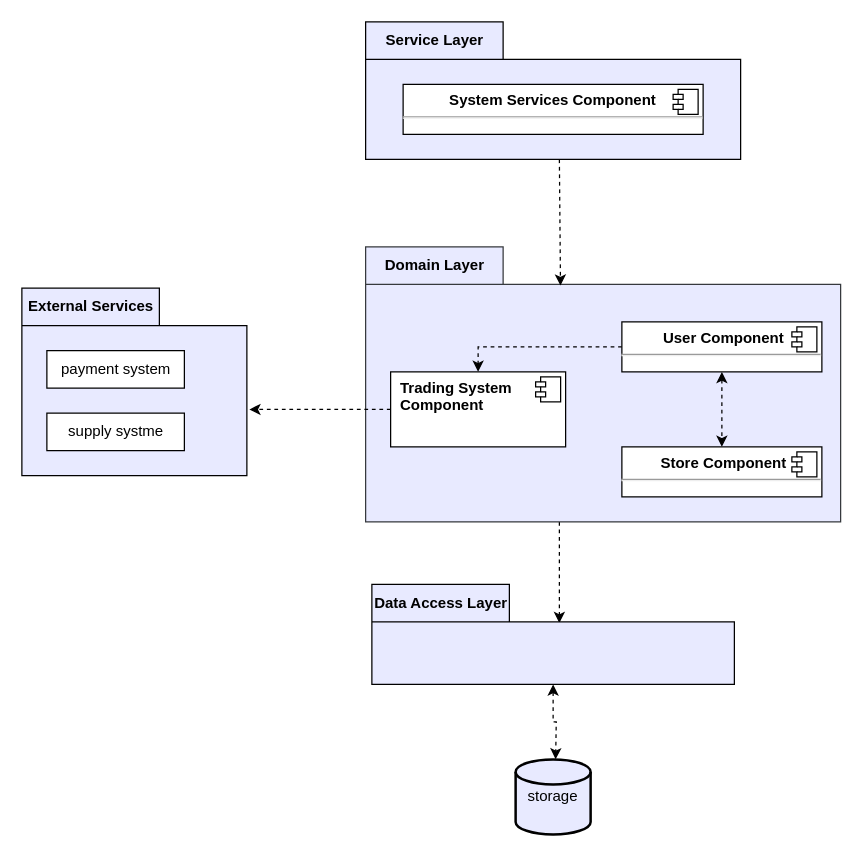
Above: version_0/Split_Parts/ArchitectureDiagram/architectureDiagrma.drawio in amitrub/Trading-System (draw.io), before the change. Source tidied: cells renumbered, new cells numbered last; positions are measured from the earlier drawing's top-left corner, leaving out a move shared by most shapes. Both pictures are drawn from the tidied source at 125%, with x=0, y=0 at pixel (21, 21).
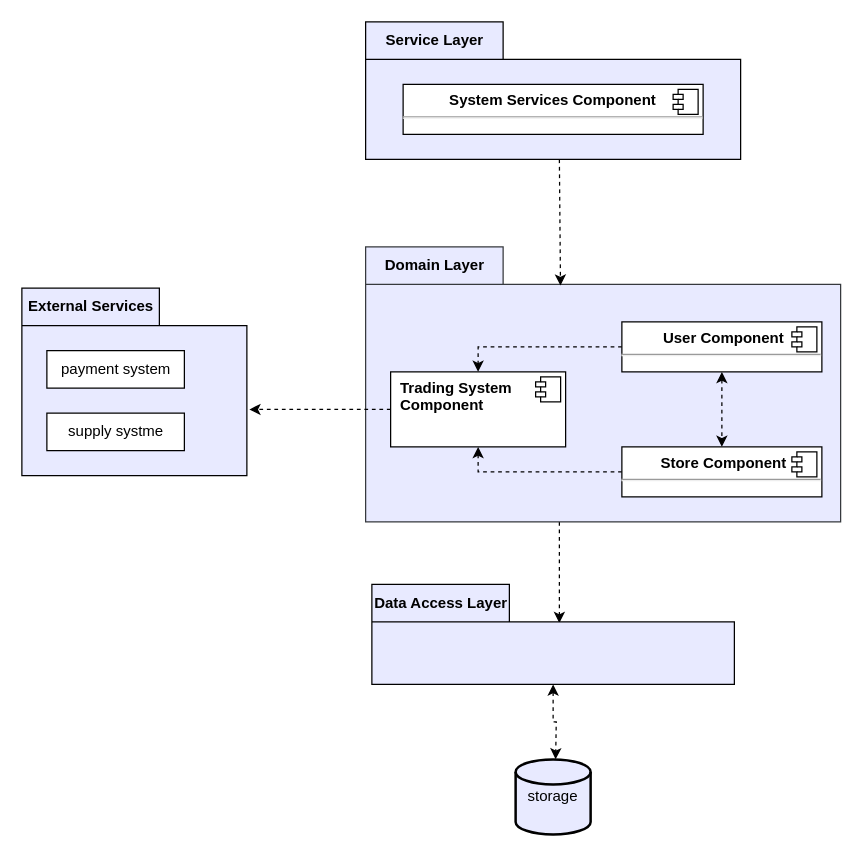
The same page after the edit.

Commit message:
Version 0 - First meeting summary - before updates

Unchanged cells that the change refers to:
```xml
<mxCell id="6" value="Domain Layer" style="shape=folder;fontStyle=1;tabWidth=110;tabHeight=30;tabPosition=left;html=1;boundedLbl=1;labelInHeader=1;strokeColor=#36393d;fillColor=#E8EAFF;" parent="1" vertex="1">
  <mxGeometry x="275" y="180" width="380" height="220" as="geometry" />
</mxCell>
<mxCell id="7" value="&lt;p style=&quot;margin: 0px ; margin-top: 6px ; text-align: center&quot;&gt;&lt;b&gt;&amp;nbsp;Store Component&lt;/b&gt;&lt;/p&gt;&lt;hr&gt;&lt;p style=&quot;margin: 0px ; margin-left: 8px&quot;&gt;&lt;br&gt;&lt;/p&gt;" style="align=left;overflow=fill;html=1;" parent="6" vertex="1">
  <mxGeometry x="205" y="160" width="160" height="40" as="geometry" />
</mxCell>
<mxCell id="13" value="&lt;p style=&quot;margin: 0px ; margin-top: 6px ; text-align: center&quot;&gt;&lt;/p&gt;&lt;p style=&quot;margin: 0px ; margin-left: 8px&quot;&gt;Trading System&lt;/p&gt;&lt;p style=&quot;margin: 0px ; margin-left: 8px&quot;&gt;Component&lt;/p&gt;" style="align=left;overflow=fill;html=1;fontStyle=1;" parent="6" vertex="1">
  <mxGeometry x="20" y="100" width="140" height="60" as="geometry" />
</mxCell>
```

Change to the diagram source:
```diff
@@
+    <mxCell id="23" style="edgeStyle=orthogonalEdgeStyle;rounded=0;jettySize=auto;html=1;exitX=0;exitY=0.5;exitDx=0;exitDy=0;entryX=0.5;entryY=1;entryDx=0;entryDy=0;dashed=1;" parent="6" edge="1" source="7" target="13">
+      <mxGeometry relative="1" as="geometry" />
+    </mxCell>
```
